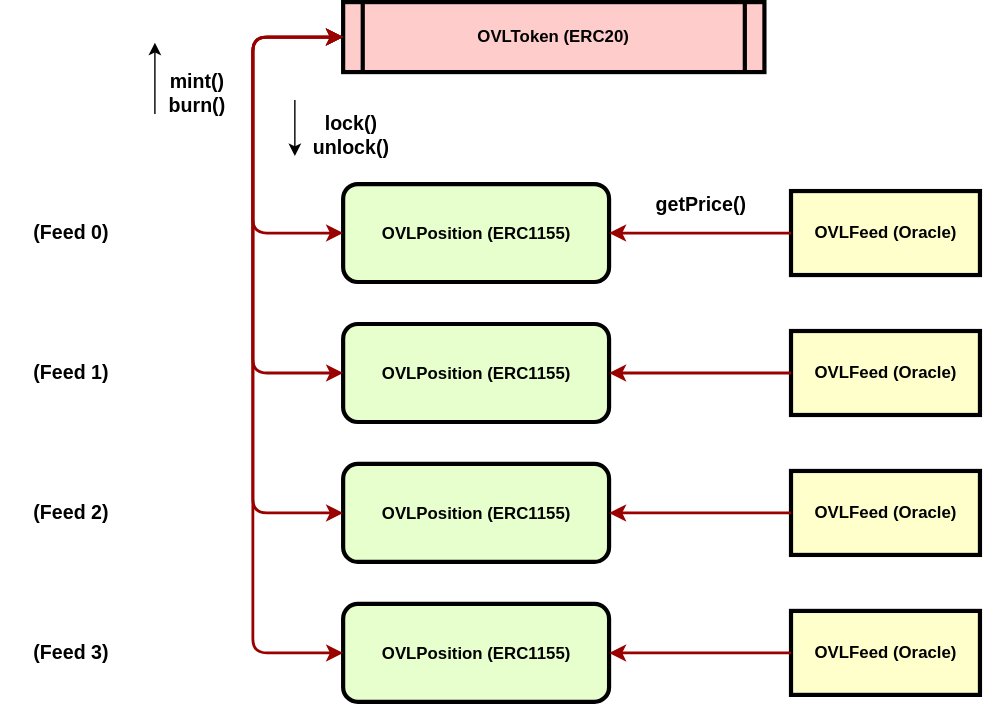
overlay-market/markets keeps this draw.io diagram as specs/OVL.svg. Above is the earlier version. Source tidied: cells renumbered, new cells last; positions are measured from the earlier drawing's top-left corner, leaving out a move shared by most shapes. The source it was exported from:
```xml
<mxGraphModel background="#ffffff">
  <root>
    <mxCell id="0" />
    <mxCell id="1" parent="0" />
    <mxCell id="2" value="OVLToken (ERC20)" style="shape=process;whiteSpace=wrap;align=center;verticalAlign=middle;size=0.0475;fontStyle=1;strokeWidth=3;fillColor=#FFCCCC;" parent="1" vertex="1">
      <mxGeometry x="244.5" width="301" height="50" as="geometry" />
    </mxCell>
    <mxCell id="3" value="&lt;br&gt;&lt;div&gt;&lt;br&gt;&lt;/div&gt;&lt;div&gt;OVLPosition (ERC1155)&lt;/div&gt;" style="verticalAlign=middle;align=center;overflow=fill;fontSize=12;fontFamily=Helvetica;html=1;rounded=1;fontStyle=1;strokeWidth=3;fillColor=#E6FFCC;" parent="1" vertex="1">
      <mxGeometry x="244.5" y="130" width="190" height="70" as="geometry" />
    </mxCell>
    <mxCell id="4" value="OVLFeed (Oracle)" style="whiteSpace=wrap;align=center;verticalAlign=middle;fontStyle=1;strokeWidth=3;fillColor=#FFFFCC;" parent="1" vertex="1">
      <mxGeometry x="564.5" y="135" width="135" height="60" as="geometry" />
    </mxCell>
    <mxCell id="5" style="edgeStyle=elbowEdgeStyle;elbow=vertical;strokeColor=#990000;strokeWidth=2;entryX=1;entryY=0.5;entryDx=0;entryDy=0;exitX=0;exitY=0.5;exitDx=0;exitDy=0;" parent="1" edge="1" source="4" target="3">
      <mxGeometry relative="1" as="geometry">
        <Array as="points">
          <mxPoint x="434.5" y="165" />
        </Array>
      </mxGeometry>
    </mxCell>
    <mxCell id="6" style="edgeStyle=elbowEdgeStyle;elbow=vertical;strokeColor=#990000;strokeWidth=2;entryX=0;entryY=0.5;entryDx=0;entryDy=0;exitX=0;exitY=0.5;exitDx=0;exitDy=0;startArrow=classic;startFill=1;" parent="1" edge="1" source="3" target="2">
      <mxGeometry relative="1" as="geometry">
        <Array as="points">
          <mxPoint x="180" y="50" />
        </Array>
      </mxGeometry>
    </mxCell>
    <mxCell id="7" value="(Feed 0)" style="text;strokeColor=none;fillColor=none;html=1;fontSize=14;fontStyle=1;verticalAlign=middle;align=center;" parent="1" vertex="1">
      <mxGeometry y="150" width="100" height="30" as="geometry" />
    </mxCell>
    <mxCell id="8" value="&lt;br&gt;&lt;div&gt;&lt;br&gt;&lt;/div&gt;&lt;div&gt;OVLPosition (ERC1155)&lt;/div&gt;" style="verticalAlign=middle;align=center;overflow=fill;fontSize=12;fontFamily=Helvetica;html=1;rounded=1;fontStyle=1;strokeWidth=3;fillColor=#E6FFCC;" parent="1" vertex="1">
      <mxGeometry x="244.5" y="230" width="190" height="70" as="geometry" />
    </mxCell>
    <mxCell id="9" value="OVLFeed (Oracle)" style="whiteSpace=wrap;align=center;verticalAlign=middle;fontStyle=1;strokeWidth=3;fillColor=#FFFFCC;" parent="1" vertex="1">
      <mxGeometry x="564.5" y="235" width="135" height="60" as="geometry" />
    </mxCell>
    <mxCell id="10" style="edgeStyle=elbowEdgeStyle;elbow=vertical;strokeColor=#990000;strokeWidth=2;entryX=1;entryY=0.5;entryDx=0;entryDy=0;exitX=0;exitY=0.5;exitDx=0;exitDy=0;" parent="1" edge="1" source="9" target="8">
      <mxGeometry relative="1" as="geometry">
        <Array as="points">
          <mxPoint x="434.5" y="265" />
        </Array>
      </mxGeometry>
    </mxCell>
    <mxCell id="11" value="(Feed 1)" style="text;strokeColor=none;fillColor=none;html=1;fontSize=14;fontStyle=1;verticalAlign=middle;align=center;" parent="1" vertex="1">
      <mxGeometry y="250" width="100" height="30" as="geometry" />
    </mxCell>
    <mxCell id="12" value="&lt;br&gt;&lt;div&gt;&lt;br&gt;&lt;/div&gt;&lt;div&gt;OVLPosition (ERC1155)&lt;/div&gt;" style="verticalAlign=middle;align=center;overflow=fill;fontSize=12;fontFamily=Helvetica;html=1;rounded=1;fontStyle=1;strokeWidth=3;fillColor=#E6FFCC;" parent="1" vertex="1">
      <mxGeometry x="244.5" y="330" width="190" height="70" as="geometry" />
    </mxCell>
    <mxCell id="13" value="OVLFeed (Oracle)" style="whiteSpace=wrap;align=center;verticalAlign=middle;fontStyle=1;strokeWidth=3;fillColor=#FFFFCC;" parent="1" vertex="1">
      <mxGeometry x="564.5" y="335" width="135" height="60" as="geometry" />
    </mxCell>
    <mxCell id="14" style="edgeStyle=elbowEdgeStyle;elbow=vertical;strokeColor=#990000;strokeWidth=2;entryX=1;entryY=0.5;entryDx=0;entryDy=0;exitX=0;exitY=0.5;exitDx=0;exitDy=0;" parent="1" edge="1" source="13" target="12">
      <mxGeometry relative="1" as="geometry">
        <Array as="points">
          <mxPoint x="434.5" y="365" />
        </Array>
      </mxGeometry>
    </mxCell>
    <mxCell id="15" value="(Feed 2)" style="text;strokeColor=none;fillColor=none;html=1;fontSize=14;fontStyle=1;verticalAlign=middle;align=center;" parent="1" vertex="1">
      <mxGeometry y="350" width="100" height="30" as="geometry" />
    </mxCell>
    <mxCell id="16" value="&lt;br&gt;&lt;div&gt;&lt;br&gt;&lt;/div&gt;&lt;div&gt;OVLPosition (ERC1155)&lt;/div&gt;" style="verticalAlign=middle;align=center;overflow=fill;fontSize=12;fontFamily=Helvetica;html=1;rounded=1;fontStyle=1;strokeWidth=3;fillColor=#E6FFCC;" parent="1" vertex="1">
      <mxGeometry x="244.5" y="430" width="190" height="70" as="geometry" />
    </mxCell>
    <mxCell id="17" value="OVLFeed (Oracle)" style="whiteSpace=wrap;align=center;verticalAlign=middle;fontStyle=1;strokeWidth=3;fillColor=#FFFFCC;" parent="1" vertex="1">
      <mxGeometry x="564.5" y="435" width="135" height="60" as="geometry" />
    </mxCell>
    <mxCell id="18" style="edgeStyle=elbowEdgeStyle;elbow=vertical;strokeColor=#990000;strokeWidth=2;entryX=1;entryY=0.5;entryDx=0;entryDy=0;exitX=0;exitY=0.5;exitDx=0;exitDy=0;" parent="1" edge="1" source="17" target="16">
      <mxGeometry relative="1" as="geometry">
        <Array as="points">
          <mxPoint x="434.5" y="465" />
        </Array>
      </mxGeometry>
    </mxCell>
    <mxCell id="19" value="(Feed 3)" style="text;strokeColor=none;fillColor=none;html=1;fontSize=14;fontStyle=1;verticalAlign=middle;align=center;" parent="1" vertex="1">
      <mxGeometry y="450" width="100" height="30" as="geometry" />
    </mxCell>
    <mxCell id="20" style="edgeStyle=elbowEdgeStyle;elbow=vertical;strokeColor=#990000;strokeWidth=2;entryX=0;entryY=0.5;entryDx=0;entryDy=0;exitX=0;exitY=0.5;exitDx=0;exitDy=0;startArrow=classic;startFill=1;" parent="1" edge="1" source="8" target="2">
      <mxGeometry relative="1" as="geometry">
        <Array as="points">
          <mxPoint x="180" y="130" />
        </Array>
      </mxGeometry>
    </mxCell>
    <mxCell id="21" style="edgeStyle=elbowEdgeStyle;elbow=vertical;strokeColor=#990000;strokeWidth=2;entryX=0;entryY=0.5;entryDx=0;entryDy=0;exitX=0;exitY=0.5;exitDx=0;exitDy=0;startArrow=classic;startFill=1;" parent="1" edge="1" source="12" target="2">
      <mxGeometry relative="1" as="geometry">
        <Array as="points">
          <mxPoint x="180" y="300" />
          <mxPoint x="190" y="140" />
        </Array>
      </mxGeometry>
    </mxCell>
    <mxCell id="22" style="edgeStyle=elbowEdgeStyle;elbow=vertical;strokeColor=#990000;strokeWidth=2;entryX=0;entryY=0.5;entryDx=0;entryDy=0;exitX=0;exitY=0.5;exitDx=0;exitDy=0;startArrow=classic;startFill=1;" parent="1" edge="1" source="16" target="2">
      <mxGeometry relative="1" as="geometry">
        <Array as="points">
          <mxPoint x="180" y="230" />
        </Array>
      </mxGeometry>
    </mxCell>
    <mxCell id="23" value="&lt;div&gt;mint()&lt;br&gt;&lt;/div&gt;&lt;div&gt;burn()&lt;/div&gt;" style="text;strokeColor=none;fillColor=none;html=1;fontSize=14;fontStyle=1;verticalAlign=middle;align=center;" parent="1" vertex="1">
      <mxGeometry x="110" y="50" width="60" height="30" as="geometry" />
    </mxCell>
    <mxCell id="24" style="endArrow=classic;html=1;fontSize=14;" parent="1" edge="1">
      <mxGeometry relative="1" as="geometry">
        <mxPoint x="110" y="80" as="sourcePoint" />
        <mxPoint x="110" y="29" as="targetPoint" />
      </mxGeometry>
    </mxCell>
    <mxCell id="25" value="&lt;div&gt;lock()&lt;br&gt;&lt;/div&gt;&lt;div&gt;unlock()&lt;/div&gt;" style="text;strokeColor=none;fillColor=none;html=1;fontSize=14;fontStyle=1;verticalAlign=middle;align=center;" parent="1" vertex="1">
      <mxGeometry x="220" y="80" width="60" height="30" as="geometry" />
    </mxCell>
    <mxCell id="26" style="endArrow=classic;html=1;fontSize=14;" parent="1" edge="1">
      <mxGeometry relative="1" as="geometry">
        <mxPoint x="210" y="70" as="sourcePoint" />
        <mxPoint x="210" y="110" as="targetPoint" />
      </mxGeometry>
    </mxCell>
    <mxCell id="27" value="getPrice()" style="text;strokeColor=none;fillColor=none;html=1;fontSize=14;fontStyle=1;verticalAlign=middle;align=center;" parent="1" vertex="1">
      <mxGeometry x="470" y="130" width="60" height="30" as="geometry" />
    </mxCell>
  </root>
</mxGraphModel>
```
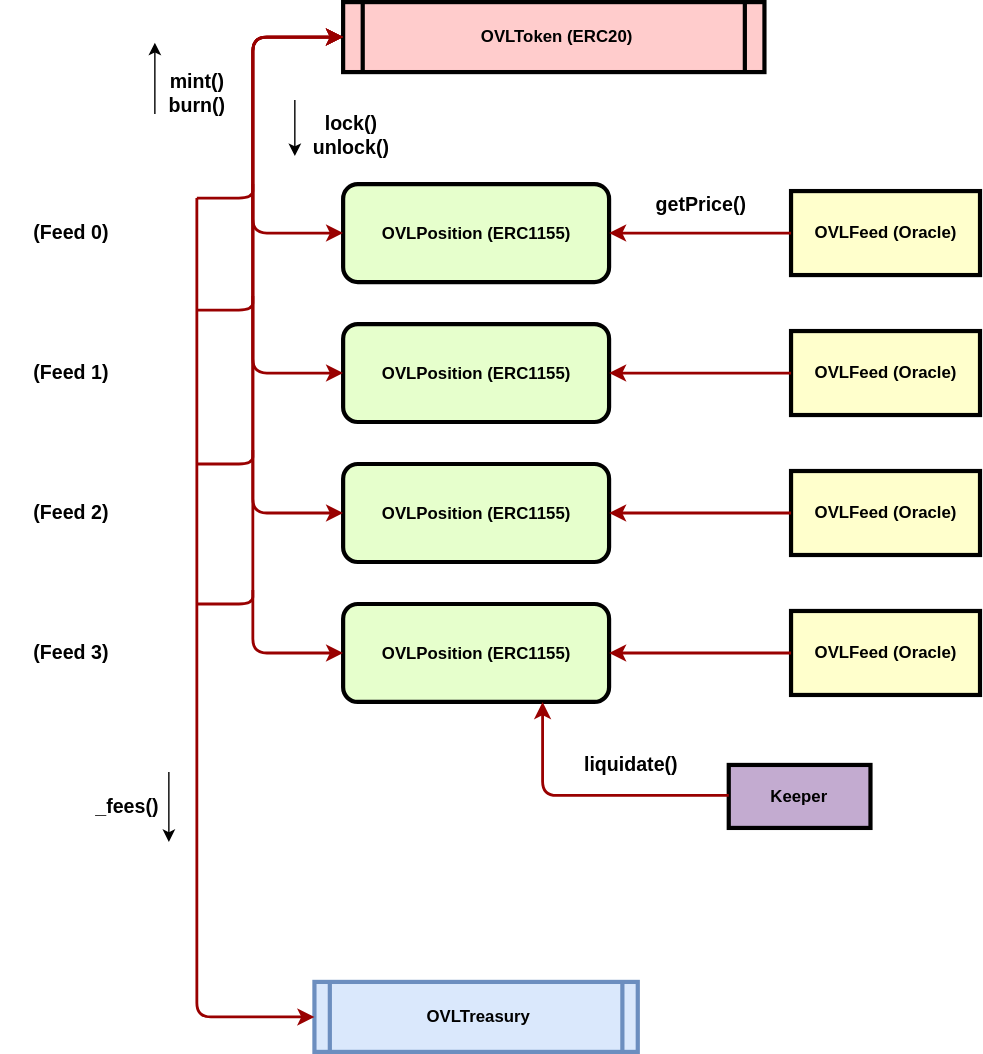
The same diagram one commit later.

Commit message:
Add treasury, fees, keepers to spec diag

Change to the diagram source:
```diff
@@ -119,5 +119,78 @@
     <mxCell id="27" value="getPrice()" style="text;strokeColor=none;fillColor=none;html=1;fontSize=14;fontStyle=1;verticalAlign=middle;align=center;" parent="1" vertex="1">
       <mxGeometry x="470" y="130" width="60" height="30" as="geometry" />
     </mxCell>
+    <mxCell id="28" value="OVLTreasury" style="shape=process;whiteSpace=wrap;align=center;verticalAlign=middle;size=0.0475;fontStyle=1;strokeWidth=3;fillColor=#dae8fc;strokeColor=#6c8ebf;" parent="1" vertex="1">
+      <mxGeometry x="224" y="700" width="231" height="50" as="geometry" />
+    </mxCell>
+    <mxCell id="29" style="edgeStyle=elbowEdgeStyle;elbow=vertical;strokeColor=#990000;strokeWidth=2;startArrow=classic;startFill=1;exitX=0;exitY=0.5;exitDx=0;exitDy=0;endArrow=none;endFill=0;" parent="1" edge="1" source="28">
+      <mxGeometry relative="1" as="geometry">
+        <mxPoint x="140" y="140" as="targetPoint" />
+        <Array as="points">
+          <mxPoint x="181" y="725" />
+        </Array>
+      </mxGeometry>
+    </mxCell>
+    <mxCell id="30" style="edgeStyle=elbowEdgeStyle;elbow=vertical;strokeColor=#990000;strokeWidth=2;startArrow=none;startFill=0;endArrow=none;endFill=0;" parent="1" edge="1">
+      <mxGeometry relative="1" as="geometry">
+        <mxPoint x="180" y="420" as="sourcePoint" />
+        <mxPoint x="140" y="430" as="targetPoint" />
+        <Array as="points">
+          <mxPoint x="160" y="430" />
+        </Array>
+      </mxGeometry>
+    </mxCell>
+    <mxCell id="31" style="edgeStyle=elbowEdgeStyle;elbow=vertical;strokeColor=#990000;strokeWidth=2;startArrow=none;startFill=0;endArrow=none;endFill=0;" parent="1" edge="1">
+      <mxGeometry relative="1" as="geometry">
+        <mxPoint x="180" y="320" as="sourcePoint" />
+        <mxPoint x="140" y="330" as="targetPoint" />
+        <Array as="points">
+          <mxPoint x="160" y="330" />
+        </Array>
+      </mxGeometry>
+    </mxCell>
+    <mxCell id="32" style="edgeStyle=elbowEdgeStyle;elbow=vertical;strokeColor=#990000;strokeWidth=2;startArrow=none;startFill=0;endArrow=none;endFill=0;" parent="1" edge="1">
+      <mxGeometry relative="1" as="geometry">
+        <mxPoint x="180" y="210" as="sourcePoint" />
+        <mxPoint x="140" y="220" as="targetPoint" />
+        <Array as="points">
+          <mxPoint x="160" y="220" />
+        </Array>
+      </mxGeometry>
+    </mxCell>
+    <mxCell id="33" style="edgeStyle=elbowEdgeStyle;elbow=vertical;strokeColor=#990000;strokeWidth=2;startArrow=none;startFill=0;endArrow=none;endFill=0;" parent="1" edge="1">
+      <mxGeometry relative="1" as="geometry">
+        <mxPoint x="180" y="130" as="sourcePoint" />
+        <mxPoint x="140" y="140" as="targetPoint" />
+        <Array as="points">
+          <mxPoint x="160" y="140" />
+        </Array>
+      </mxGeometry>
+    </mxCell>
+    <mxCell id="34" value="_fees()" style="text;strokeColor=none;fillColor=none;html=1;fontSize=14;fontStyle=1;verticalAlign=middle;align=center;" parent="1" vertex="1">
+      <mxGeometry x="60" y="560" width="60" height="30" as="geometry" />
+    </mxCell>
+    <mxCell id="35" style="endArrow=classic;html=1;fontSize=14;" parent="1" edge="1">
+      <mxGeometry relative="1" as="geometry">
+        <mxPoint x="120" y="550" as="sourcePoint" />
+        <mxPoint x="120" y="600" as="targetPoint" />
+      </mxGeometry>
+    </mxCell>
+    <mxCell id="36" value="Keeper" style="whiteSpace=wrap;align=center;verticalAlign=middle;fontStyle=1;strokeWidth=3;fillColor=#C3ABD0;" parent="1" vertex="1">
+      <mxGeometry x="520" y="545" width="101.2" height="45" as="geometry" />
+    </mxCell>
+    <mxCell id="37" style="edgeStyle=elbowEdgeStyle;elbow=vertical;strokeColor=#990000;strokeWidth=2;entryX=0.75;entryY=1;entryDx=0;entryDy=0;exitX=0;exitY=0.5;exitDx=0;exitDy=0;" parent="1" edge="1" target="16">
+      <mxGeometry relative="1" as="geometry">
+        <mxPoint x="520" y="566.8" as="sourcePoint" />
+        <Array as="points">
+          <mxPoint x="390" y="566.8" />
+        </Array>
+      </mxGeometry>
+    </mxCell>
+    <mxCell id="38" value="liquidate()" style="text;strokeColor=none;fillColor=none;html=1;fontSize=14;fontStyle=1;verticalAlign=middle;align=center;" parent="1" vertex="1">
+      <mxGeometry x="420" y="530" width="60" height="30" as="geometry" />
+    </mxCell>
+    <mxCell id="39" style="edgeStyle=orthogonalEdgeStyle;rounded=0;orthogonalLoop=1;jettySize=auto;html=1;exitX=0.5;exitY=1;exitDx=0;exitDy=0;startArrow=none;startFill=0;endArrow=none;endFill=0;" parent="1" edge="1" source="38" target="38">
+      <mxGeometry relative="1" as="geometry" />
+    </mxCell>
   </root>
 </mxGraphModel>
```
